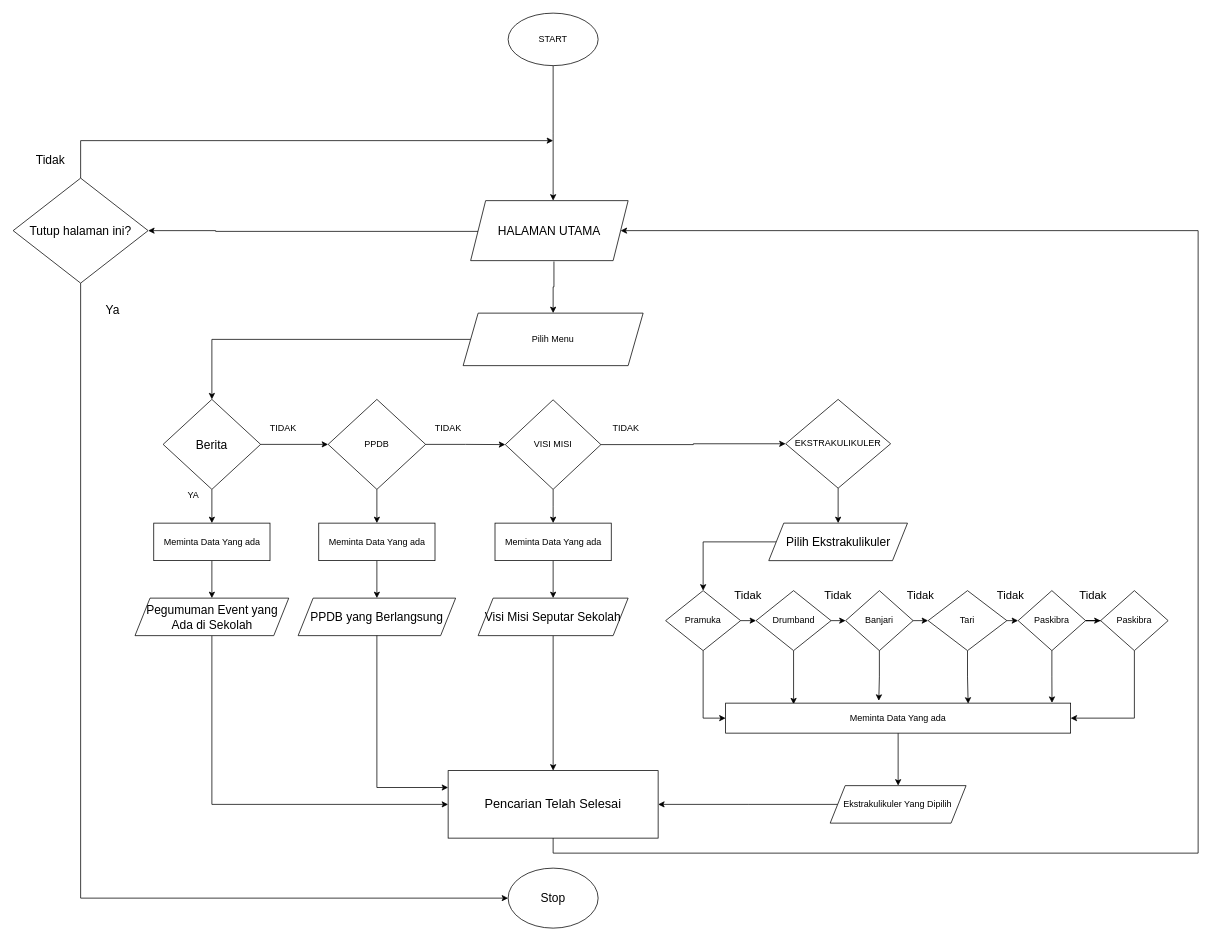
Earlier version of the draw.io diagram analisis sistem.drawio (Sretes-PiceF/UPK). Source tidied: cells renumbered, new cells numbered last; positions are measured from the earlier drawing's top-left corner, leaving out a move shared by most shapes. Both pictures are drawn from the tidied source at 75%, with x=0, y=0 at pixel (13, 13).
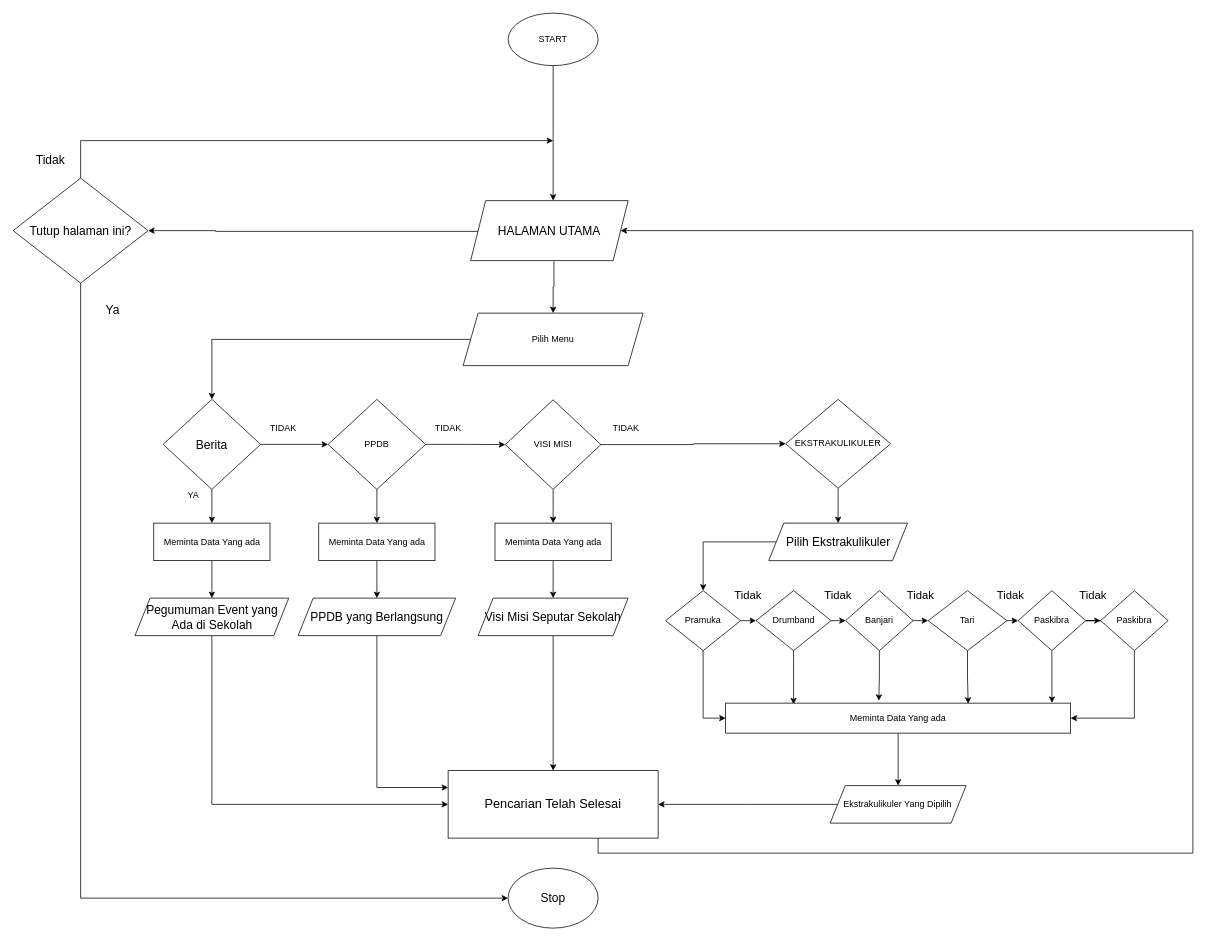
Above is the later version.

The change refers to these unchanged cells:
```xml
<mxCell id="18" value="&lt;font style=&quot;font-size: 17px;&quot;&gt;Pencarian Telah Selesai&lt;/font&gt;" style="rounded=0;whiteSpace=wrap;html=1;" parent="1" vertex="1">
  <mxGeometry x="580" y="1010" width="280" height="90" as="geometry" />
</mxCell>
<mxCell id="44" value="&lt;font style=&quot;font-size: 16px;&quot;&gt;HALAMAN UTAMA&lt;/font&gt;" style="shape=parallelogram;perimeter=parallelogramPerimeter;whiteSpace=wrap;html=1;fixedSize=1;" parent="1" vertex="1">
  <mxGeometry x="610" y="250" width="210" height="80" as="geometry" />
</mxCell>
```

The edit, as a diff of the source:
```diff
@@
-    <mxCell id="62" style="edgeStyle=orthogonalEdgeStyle;rounded=0;jettySize=auto;html=1;exitX=0.5;exitY=1;exitDx=0;exitDy=0;entryX=1;entryY=0.5;entryDx=0;entryDy=0;" parent="1" edge="1" source="18" target="44">
+    <mxCell id="62" style="edgeStyle=orthogonalEdgeStyle;rounded=0;jettySize=auto;html=1;exitX=0.5;exitY=1;exitDx=0;exitDy=0;entryX=1;entryY=0.5;entryDx=0;entryDy=0;" parent="1" edge="1" target="44">
       <mxGeometry relative="1" as="geometry">
+        <mxPoint x="780" y="1100" as="sourcePoint" />
         <Array as="points">
-          <mxPoint x="720" y="1120" />
-          <mxPoint x="1580" y="1120" />
-          <mxPoint x="1580" y="290" />
+          <mxPoint x="780" y="1120" />
+          <mxPoint x="1573" y="1120" />
+          <mxPoint x="1573" y="290" />
         </Array>
       </mxGeometry>
     </mxCell>
```
